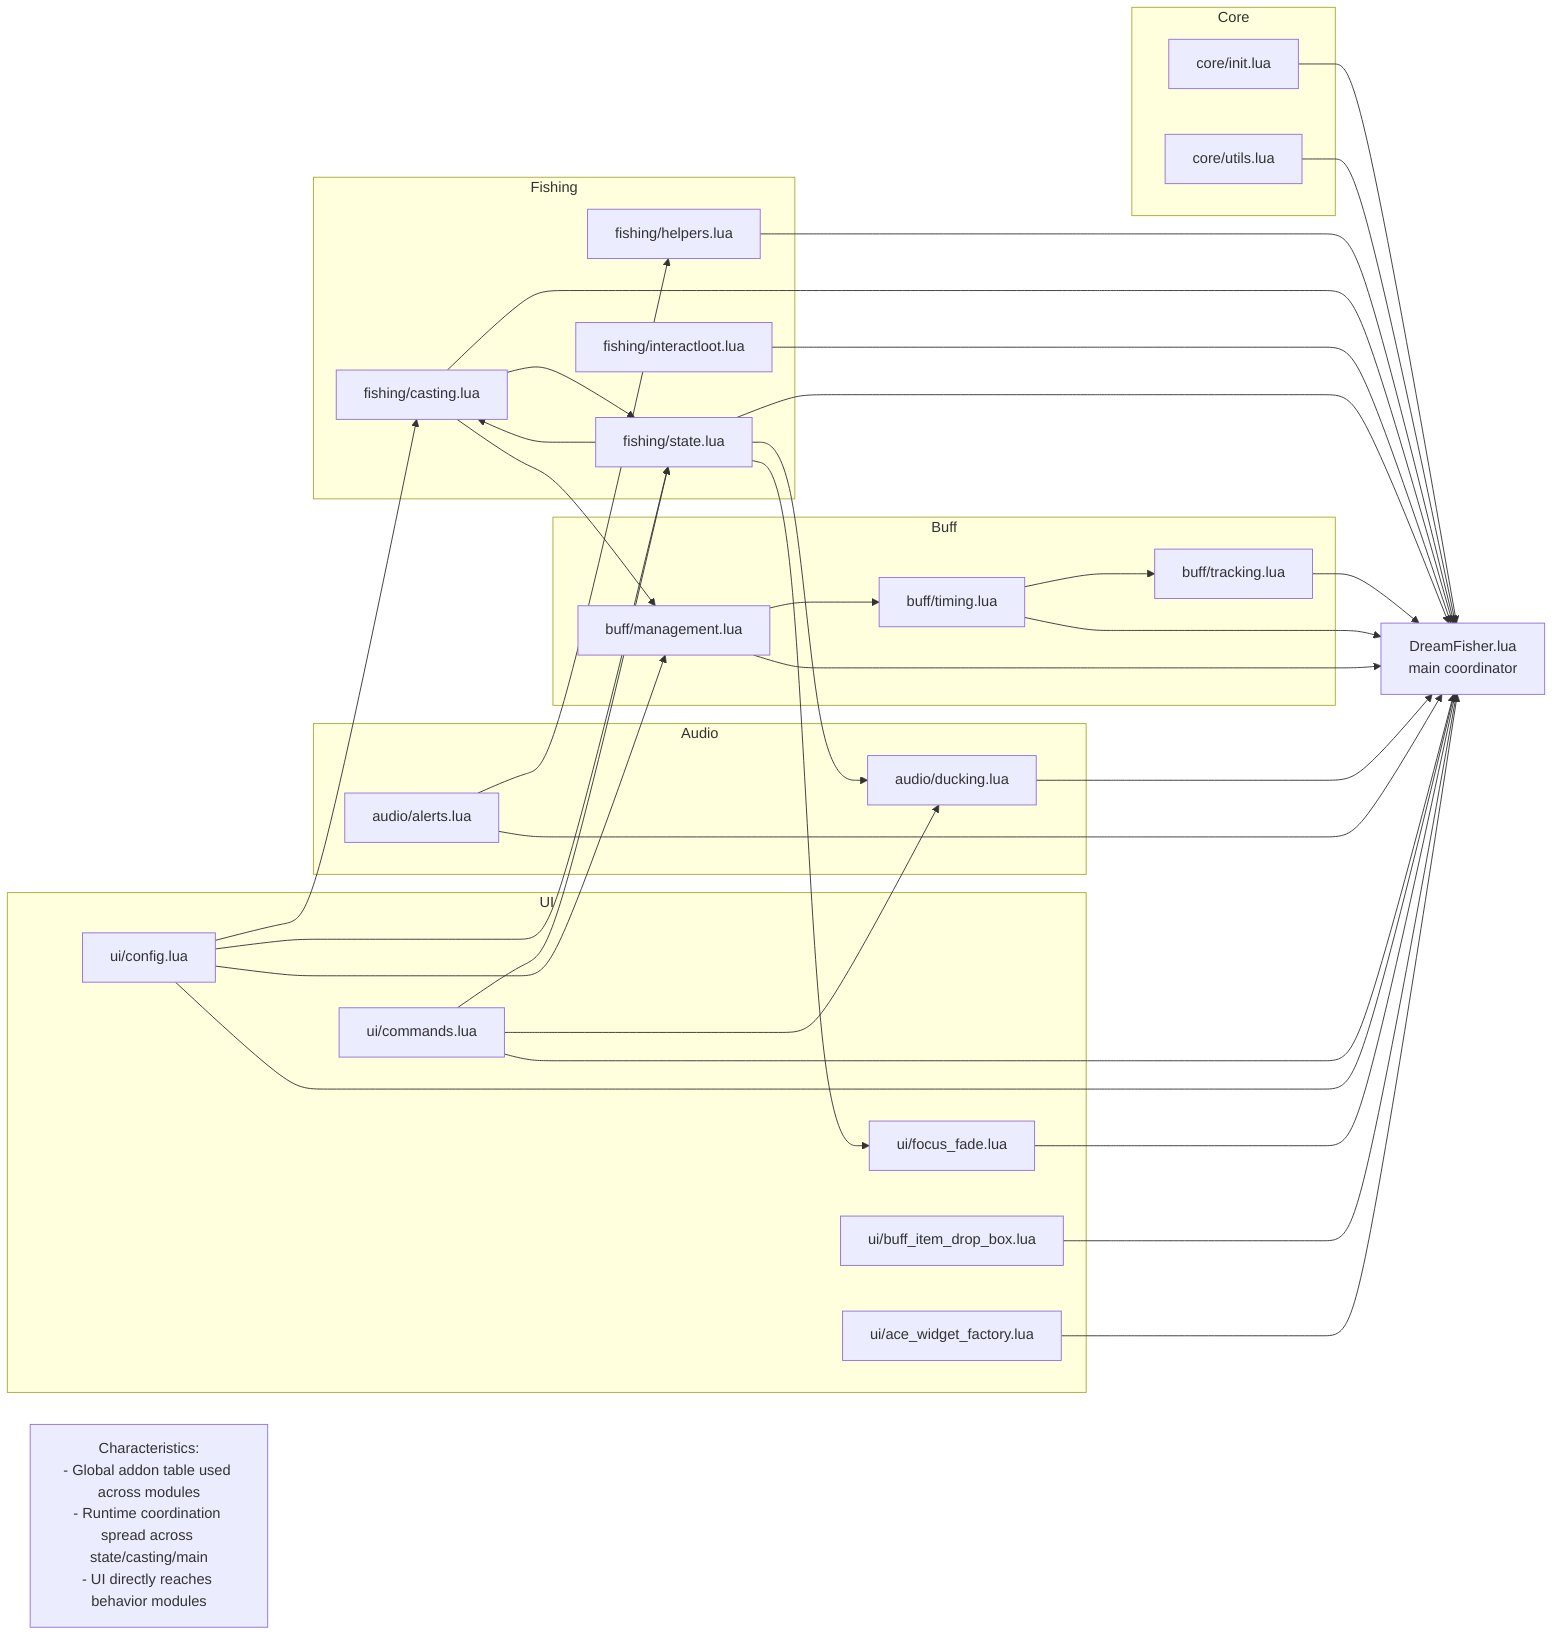
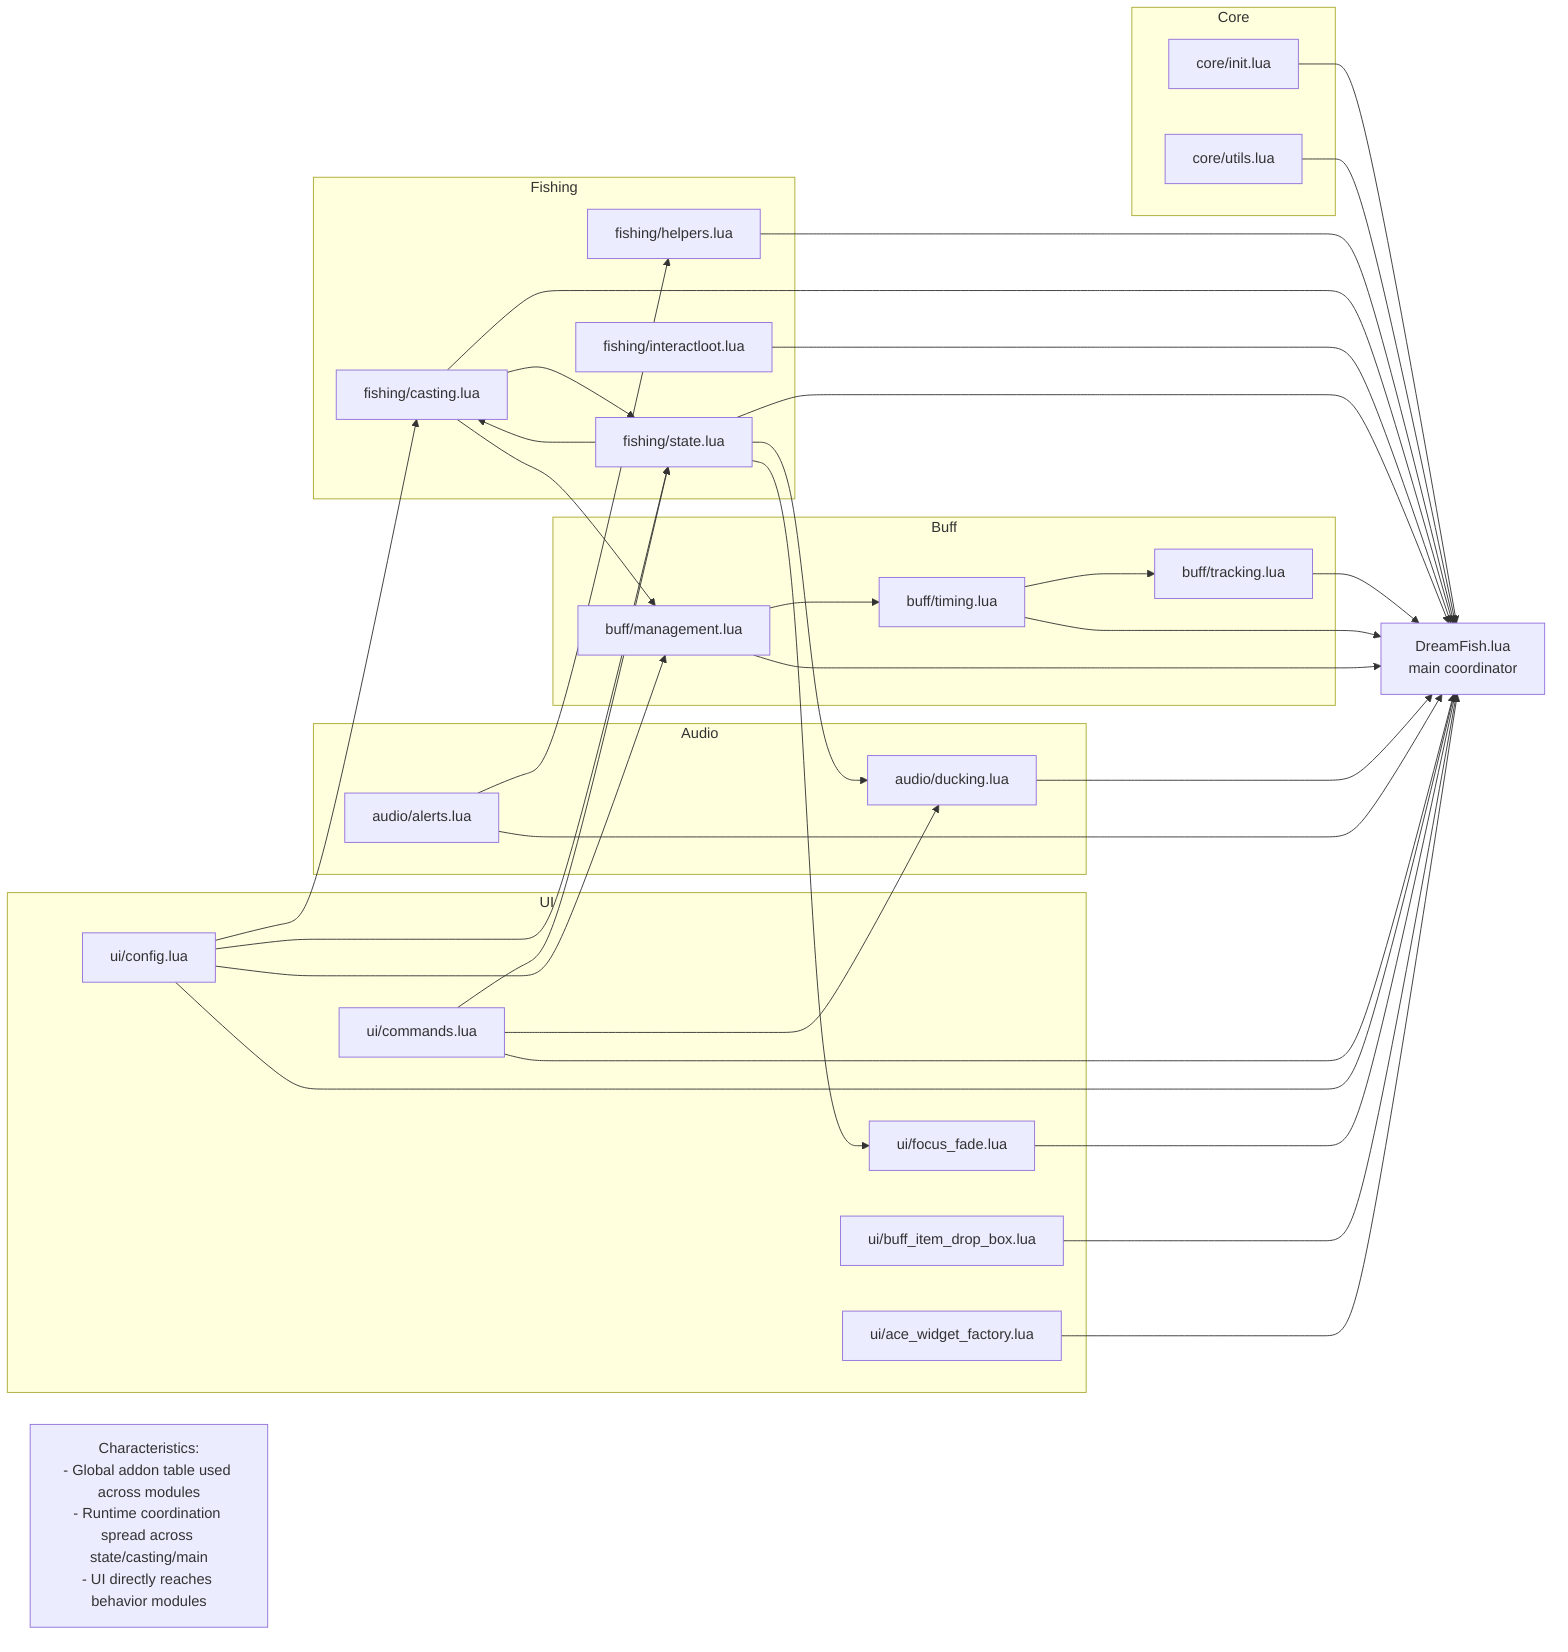
flowchart LR
-     Main[DreamFisher.lua\nmain coordinator]
+     Main[DreamFish.lua\nmain coordinator]

    subgraph Core
        Init[core/init.lua]
        Utils[core/utils.lua]
    end

    subgraph Fishing
        FH[fishing/helpers.lua]
        FC[fishing/casting.lua]
        FI[fishing/interactloot.lua]
        FS[fishing/state.lua]
    end

    subgraph Buff
        BT[buff/tracking.lua]
        BTM[buff/timing.lua]
        BM[buff/management.lua]
    end

    subgraph Audio
        AD[audio/ducking.lua]
        AA[audio/alerts.lua]
    end

    subgraph UI
        UC[ui/commands.lua]
        UCFG[ui/config.lua]
        UFF[ui/focus_fade.lua]
        UBOX[ui/buff_item_drop_box.lua]
        UACE[ui/ace_widget_factory.lua]
    end

    Init --> Main
    Utils --> Main
    FH --> Main
    FC --> Main
    FI --> Main
    FS --> Main
    BT --> Main
    BTM --> Main
    BM --> Main
    AD --> Main
    AA --> Main
    UC --> Main
    UCFG --> Main
    UFF --> Main
    UBOX --> Main
    UACE --> Main

    FC --> FS
    FS --> AD
    FS --> UFF
    FS --> FC
    FC --> BM
    BM --> BTM
    BTM --> BT
    UCFG --> BM
    UCFG --> FS
    UCFG --> FC
    UC --> FS
    UC --> AD
    AA --> FH

    Note[Characteristics:\n- Global addon table used across modules\n- Runtime coordination spread across state/casting/main\n- UI directly reaches behavior modules]
